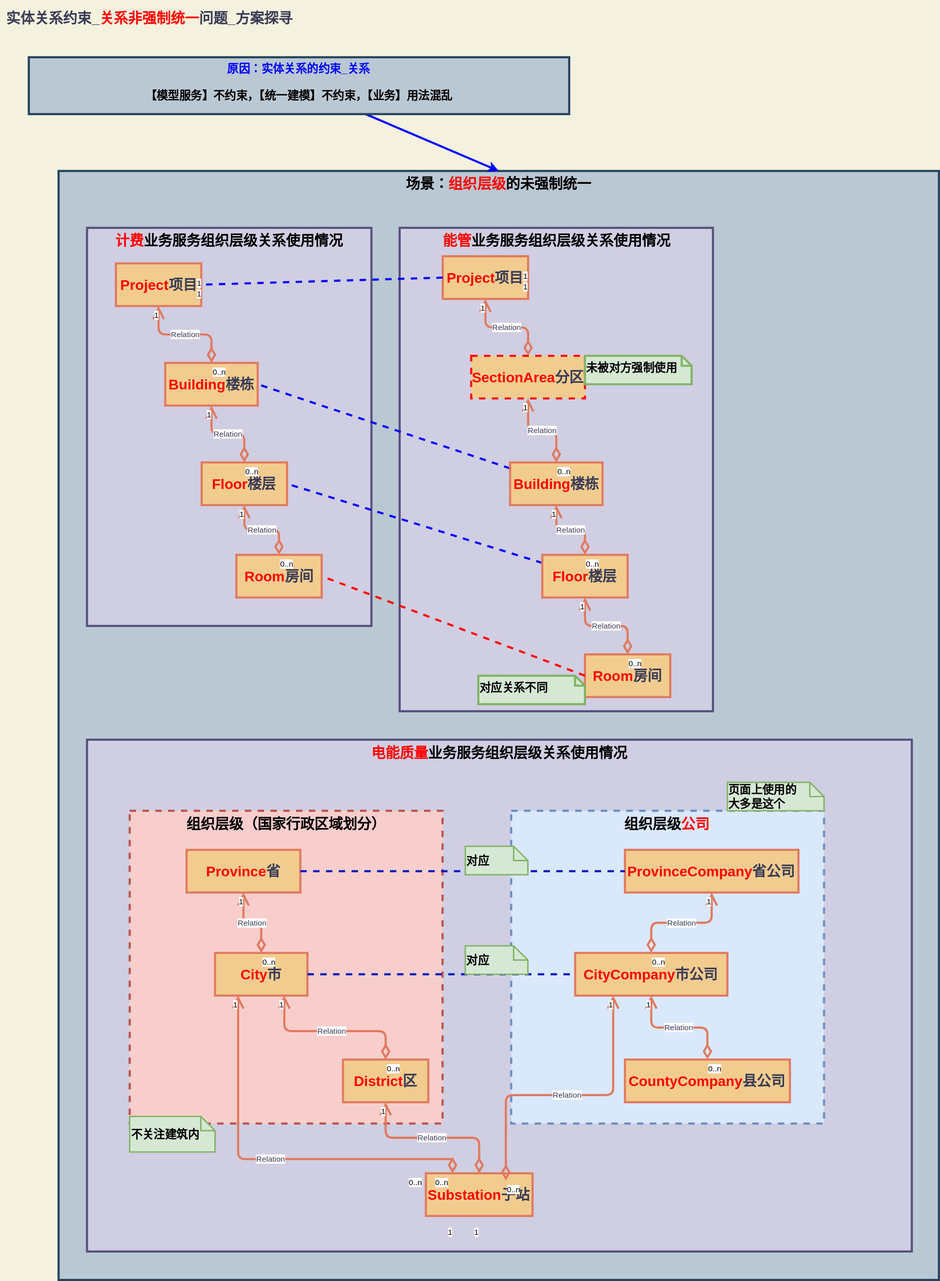
The draw.io diagram src/main/resources/images/design/integrate/05_实体关系约束_关系非强制统一问题_方案探寻.svg in Jinhua-Lee/Learning, before a commit. Source tidied: cells renumbered, new cells last; positions are measured from the earlier drawing's top-left corner, leaving out a move shared by most shapes.
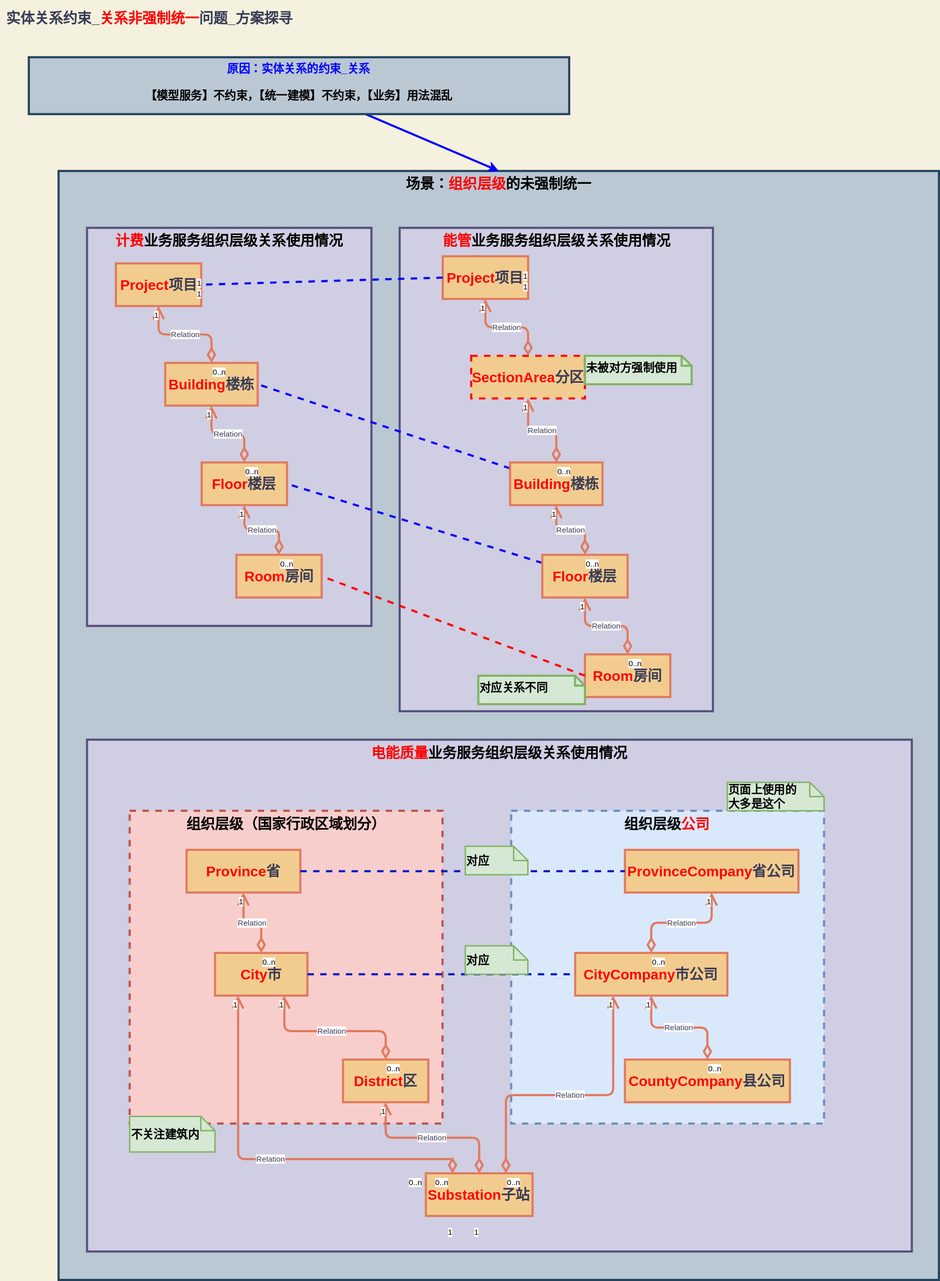
After the commit.

The edit, as a diff of the source:
```diff
@@ -264,9 +264,9 @@
     <mxCell id="83" value="1" style="edgeLabel;html=1;align=right;verticalAlign=top;" parent="1" vertex="1">
       <mxGeometry x="635.9" y="1719.5" as="geometry" />
     </mxCell>
-    <mxCell id="84" value="Relation" style="endArrow=open;html=1;endSize=12;startArrow=diamondThin;startSize=14;startFill=0;edgeStyle=orthogonalEdgeStyle;strokeColor=#E07A5F;strokeWidth=3;fillColor=#F2CC8F;fontColor=#393C56;entryX=0.25;entryY=1;entryDx=0;entryDy=0;exitX=0.75;exitY=0;exitDx=0;exitDy=0;" parent="1" edge="1" target="67">
+    <mxCell id="84" value="Relation" style="endArrow=open;html=1;endSize=12;startArrow=diamondThin;startSize=14;startFill=0;edgeStyle=orthogonalEdgeStyle;strokeColor=#E07A5F;strokeWidth=3;fillColor=#F2CC8F;fontColor=#393C56;entryX=0.25;entryY=1;entryDx=0;entryDy=0;" parent="1" edge="1" target="67">
       <mxGeometry relative="1" as="geometry">
-        <mxPoint x="710.9" y="1660" as="sourcePoint" />
+        <mxPoint x="711" y="1650" as="sourcePoint" />
         <Array as="points">
           <mxPoint x="711.4" y="1540" />
           <mxPoint x="862.4" y="1540" />
```
